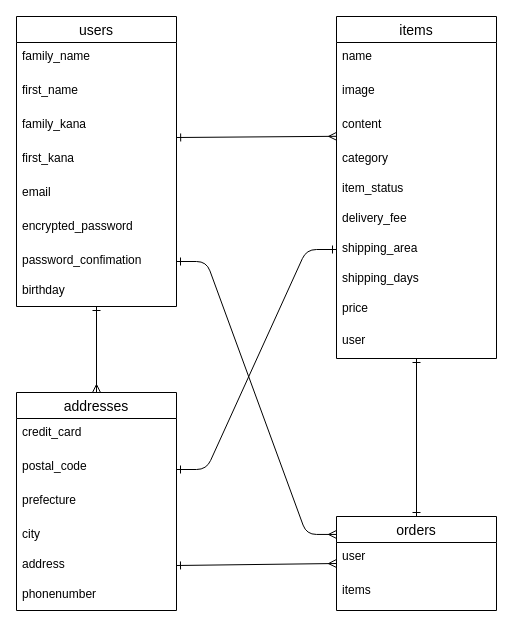
This is test.dio from Yurika-1016/furima-33991, a draw.io file, before an edit. Source tidied: cells renumbered, new cells numbered last; positions are measured from the earlier drawing's top-left corner, leaving out a move shared by most shapes. Both pictures are drawn from the tidied source at 100%, with x=0, y=0 at pixel (16, 16).
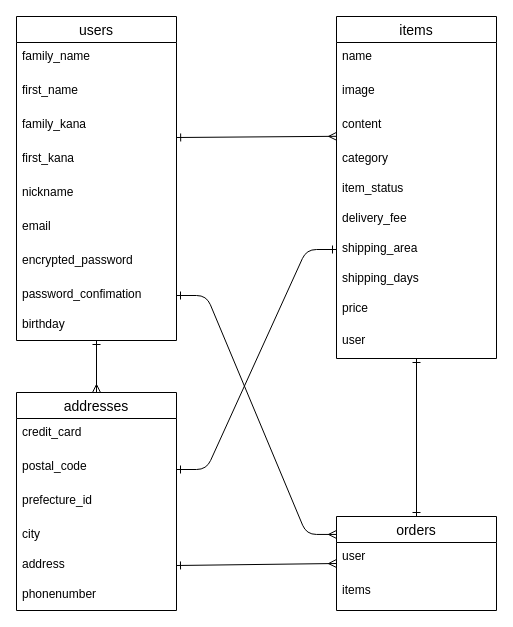
The same page after the edit.

Unchanged cells that the change refers to:
```xml
<mxCell id="26" value="addresses" style="swimlane;fontStyle=0;horizontal=1;startSize=26;align=center;fontSize=14;" parent="1" vertex="1">
  <mxGeometry y="376" width="160" height="218" as="geometry" />
</mxCell>
```

What changed in the source:
```diff
@@
     <mxCell id="4" value="users" style="swimlane;fontStyle=0;horizontal=1;startSize=26;align=center;fontSize=14;" parent="1" vertex="1">
-      <mxGeometry width="160" height="290" as="geometry" />
+      <mxGeometry width="160" height="324" as="geometry" />
     </mxCell>
@@
+    <mxCell id="39" value="nickname" style="text;strokeColor=none;fillColor=none;spacingLeft=4;spacingRight=4;overflow=hidden;fontSize=12;" parent="4" vertex="1">
+      <mxGeometry y="162" width="160" height="34" as="geometry" />
+    </mxCell>
     <mxCell id="9" value="email" style="text;strokeColor=none;fillColor=none;spacingLeft=4;spacingRight=4;overflow=hidden;points=[[0,0.5],[1,0.5]];portConstraint=eastwest;fontSize=12;" parent="4" vertex="1">
-      <mxGeometry y="162" width="160" height="34" as="geometry" />
+      <mxGeometry y="196" width="160" height="34" as="geometry" />
     </mxCell>
     <mxCell id="10" value="encrypted_password" style="text;strokeColor=none;fillColor=none;spacingLeft=4;spacingRight=4;overflow=hidden;fontSize=12;" parent="4" vertex="1">
-      <mxGeometry y="196" width="160" height="34" as="geometry" />
+      <mxGeometry y="230" width="160" height="34" as="geometry" />
     </mxCell>
     <mxCell id="11" value="password_confimation" style="text;strokeColor=none;fillColor=none;spacingLeft=4;spacingRight=4;overflow=hidden;points=[[0,0.5],[1,0.5]];portConstraint=eastwest;fontSize=12;" parent="4" vertex="1">
-      <mxGeometry y="230" width="160" height="30" as="geometry" />
+      <mxGeometry y="264" width="160" height="30" as="geometry" />
     </mxCell>
     <mxCell id="12" value="birthday" style="text;strokeColor=none;fillColor=none;spacingLeft=4;spacingRight=4;overflow=hidden;fontSize=12;" parent="4" vertex="1">
-      <mxGeometry y="260" width="160" height="30" as="geometry" />
+      <mxGeometry y="294" width="160" height="30" as="geometry" />
     </mxCell>
@@
-    <mxCell id="29" value="prefecture" style="text;strokeColor=none;fillColor=none;spacingLeft=4;spacingRight=4;overflow=hidden;fontSize=12;" parent="26" vertex="1">
+    <mxCell id="29" value="prefecture_id" style="text;strokeColor=none;fillColor=none;spacingLeft=4;spacingRight=4;overflow=hidden;fontSize=12;" parent="26" vertex="1">
       <mxGeometry y="94" width="160" height="34" as="geometry" />
     </mxCell>
```
